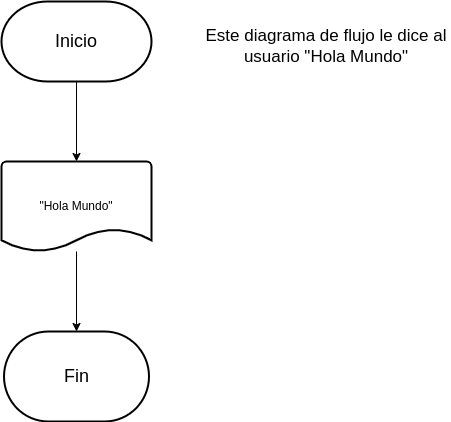
The draw.io diagram diagrama.png in Jav-mol/Diagramas, before a commit. Source tidied: cells renumbered, new cells last; positions are measured from the earlier drawing's top-left corner, leaving out a move shared by most shapes.
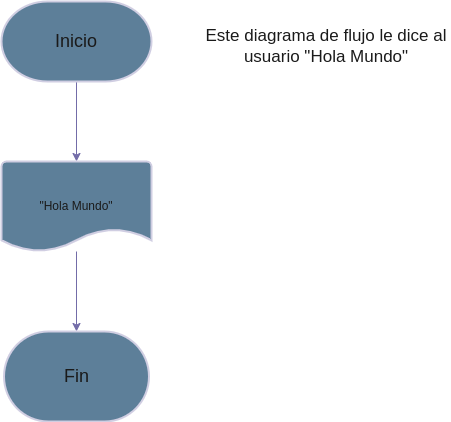
Later version of the same file.

Change to the diagram source:
```diff
@@ -2,22 +2,22 @@
   <root>
     <mxCell id="0" />
     <mxCell id="1" parent="0" />
-    <mxCell id="2" style="edgeStyle=orthogonalEdgeStyle;rounded=0;jettySize=auto;html=1;" parent="1" edge="1" source="3" target="5">
+    <mxCell id="2" style="edgeStyle=orthogonalEdgeStyle;rounded=0;jettySize=auto;html=1;labelBackgroundColor=none;strokeColor=#736CA8;fontColor=default;" parent="1" edge="1" source="3" target="5">
       <mxGeometry relative="1" as="geometry" />
     </mxCell>
-    <mxCell id="3" value="&lt;font style=&quot;font-size: 18px;&quot;&gt;Inicio&lt;/font&gt;" style="strokeWidth=2;html=1;shape=mxgraph.flowchart.terminator;whiteSpace=wrap;" parent="1" vertex="1">
+    <mxCell id="3" value="&lt;font style=&quot;font-size: 18px;&quot;&gt;Inicio&lt;/font&gt;" style="strokeWidth=2;html=1;shape=mxgraph.flowchart.terminator;whiteSpace=wrap;labelBackgroundColor=none;fillColor=#5D7F99;strokeColor=#D0CEE2;fontColor=#1A1A1A;" parent="1" vertex="1">
       <mxGeometry width="150" height="80" as="geometry" />
     </mxCell>
-    <mxCell id="4" style="edgeStyle=orthogonalEdgeStyle;rounded=0;jettySize=auto;html=1;" parent="1" edge="1" source="5" target="6">
+    <mxCell id="4" style="edgeStyle=orthogonalEdgeStyle;rounded=0;jettySize=auto;html=1;labelBackgroundColor=none;strokeColor=#736CA8;fontColor=default;" parent="1" edge="1" source="5" target="6">
       <mxGeometry relative="1" as="geometry" />
     </mxCell>
-    <mxCell id="5" value="&quot;Hola Mundo&quot;" style="strokeWidth=2;html=1;shape=mxgraph.flowchart.document2;whiteSpace=wrap;size=0.25;" parent="1" vertex="1">
+    <mxCell id="5" value="&quot;Hola Mundo&quot;" style="strokeWidth=2;html=1;shape=mxgraph.flowchart.document2;whiteSpace=wrap;size=0.25;labelBackgroundColor=none;fillColor=#5D7F99;strokeColor=#D0CEE2;fontColor=#1A1A1A;" parent="1" vertex="1">
       <mxGeometry y="160" width="150" height="90" as="geometry" />
     </mxCell>
-    <mxCell id="6" value="&lt;font style=&quot;font-size: 18px;&quot;&gt;Fin&lt;/font&gt;" style="strokeWidth=2;html=1;shape=mxgraph.flowchart.terminator;whiteSpace=wrap;" parent="1" vertex="1">
+    <mxCell id="6" value="&lt;font style=&quot;font-size: 18px;&quot;&gt;Fin&lt;/font&gt;" style="strokeWidth=2;html=1;shape=mxgraph.flowchart.terminator;whiteSpace=wrap;labelBackgroundColor=none;fillColor=#5D7F99;strokeColor=#D0CEE2;fontColor=#1A1A1A;" parent="1" vertex="1">
       <mxGeometry x="2.5" y="330" width="145" height="90" as="geometry" />
     </mxCell>
-    <mxCell id="7" value="&lt;span style=&quot;text-align: left;&quot;&gt;&lt;font style=&quot;font-size: 17px;&quot;&gt;Este diagrama de flujo le dice al usuario &quot;Hola Mundo&quot;&lt;/font&gt;&lt;/span&gt;" style="text;strokeColor=none;align=center;fillColor=none;html=1;verticalAlign=middle;whiteSpace=wrap;rounded=0;strokeWidth=1;" parent="1" vertex="1">
+    <mxCell id="7" value="&lt;span style=&quot;text-align: left;&quot;&gt;&lt;font style=&quot;font-size: 17px;&quot;&gt;Este diagrama de flujo le dice al usuario &quot;Hola Mundo&quot;&lt;/font&gt;&lt;/span&gt;" style="text;strokeColor=none;align=center;fillColor=none;html=1;verticalAlign=middle;whiteSpace=wrap;rounded=0;strokeWidth=1;labelBackgroundColor=none;fontColor=#1A1A1A;" parent="1" vertex="1">
       <mxGeometry x="200" y="10" width="250" height="70" as="geometry" />
     </mxCell>
   </root>
```
